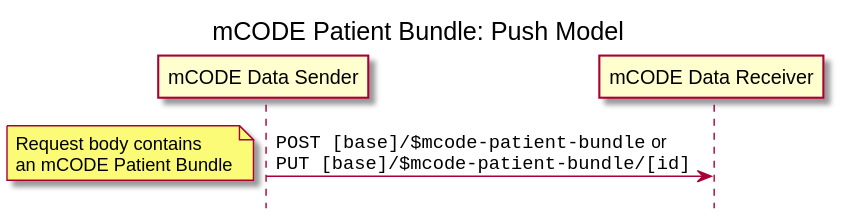
Above: input/images/mcode-patient-bundle-push.svg in HL7/fhir-mCODE-ig (PlantUML), before the change.
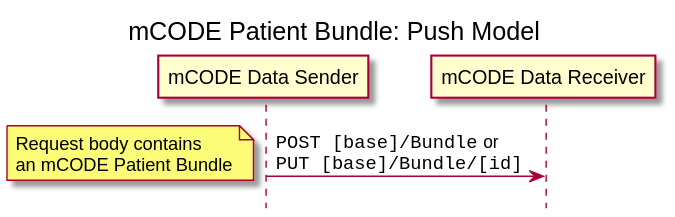
After the commit.

Diff of the diagram source:
```diff
@@ -6,7 +6,7 @@
 participant "mCODE Data Sender" as Sender
 participant "mCODE Data Receiver" as Receiver
 
-"Sender" -> "Receiver" : ""POST [base]/$mcode-patient-bundle"" or\n""PUT [base]/$mcode-patient-bundle/[id]""
+"Sender" -> "Receiver" : ""POST [base]/Bundle"" or\n""PUT [base]/Bundle/[id]""
 note left
 Request body contains
 an mCODE Patient Bundle
```
